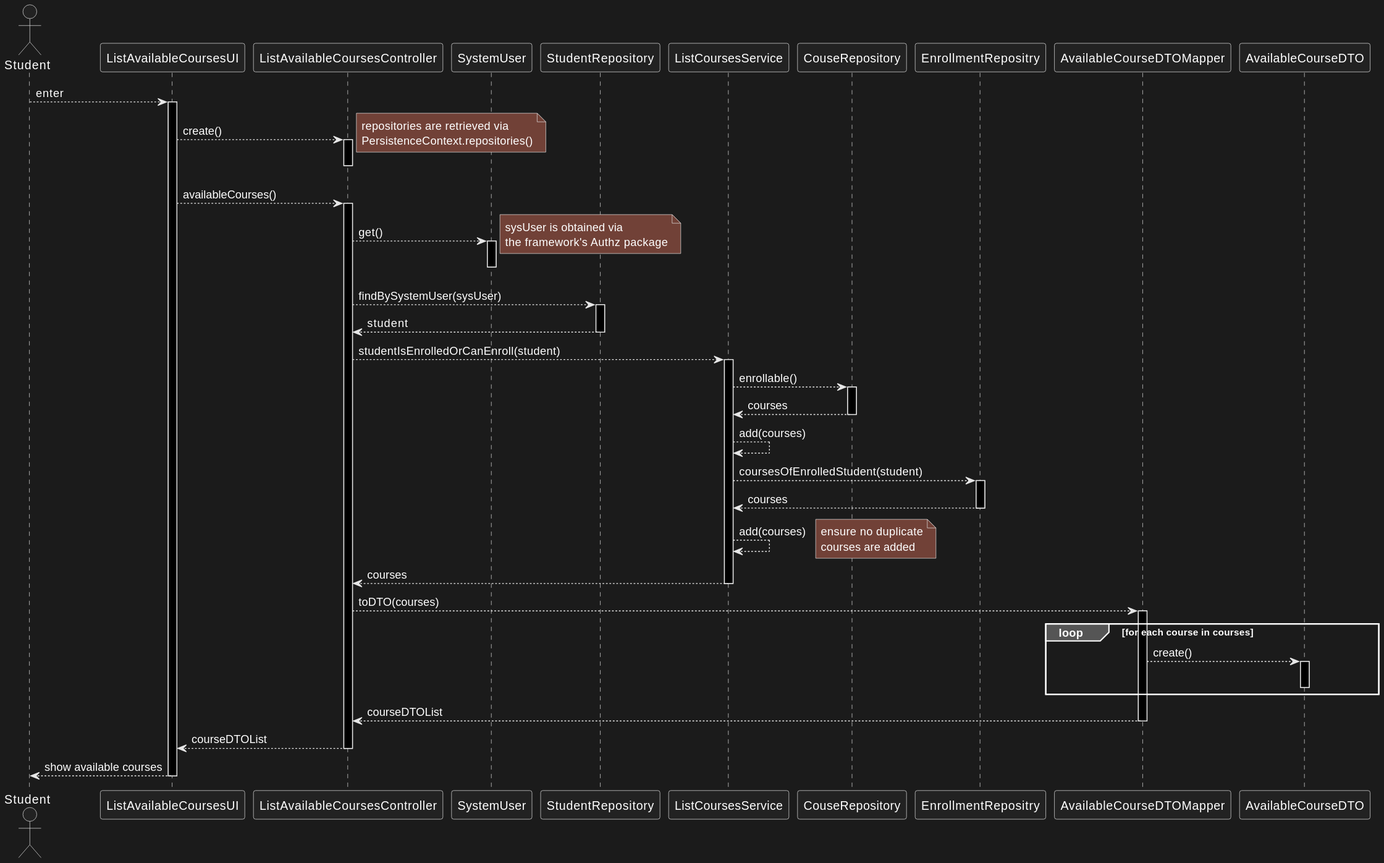
Earlier version of the PlantUML export docs/us_1006/sd-student.svg (jovami/isep-lapr4).
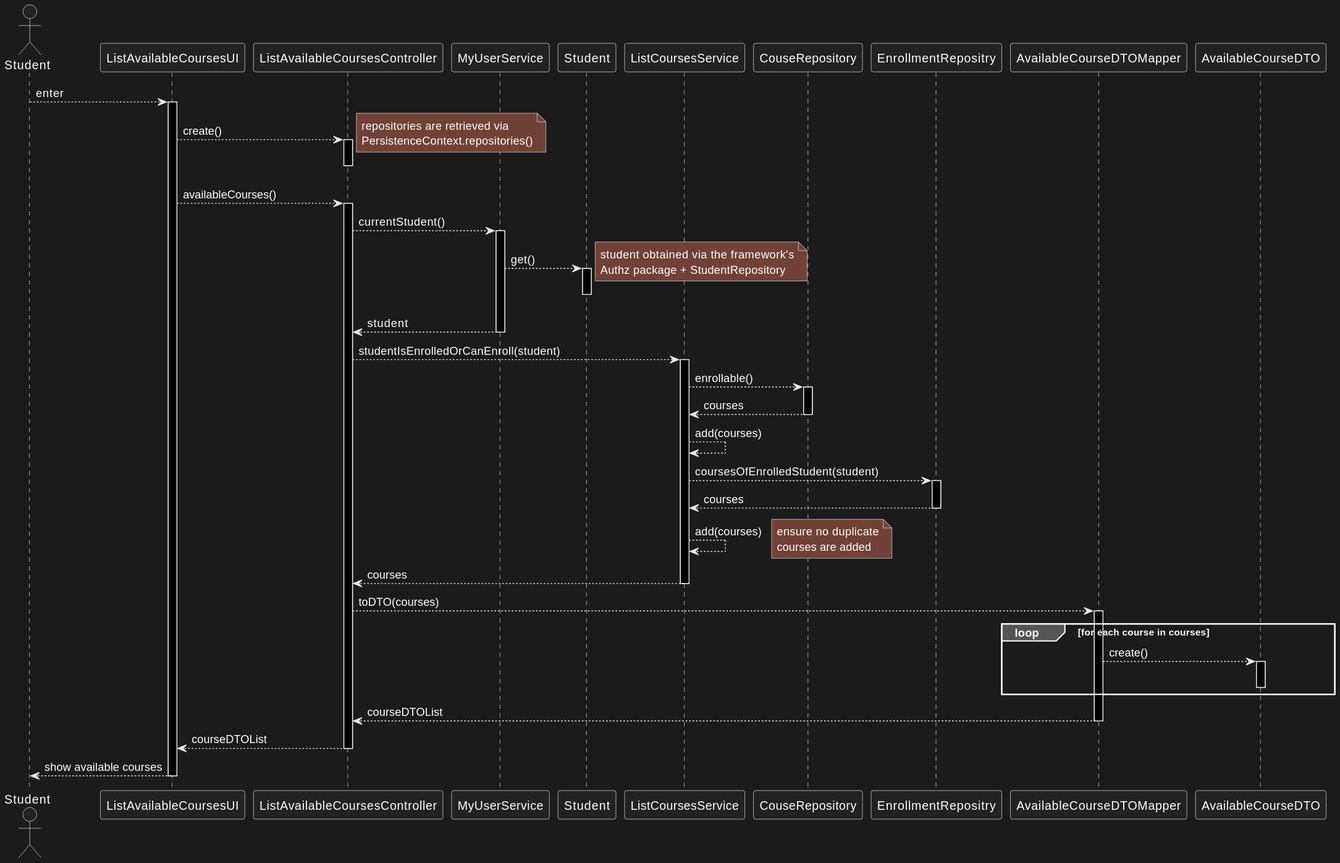
Later version of the same file.

Diff of the diagram source:
```diff
@@ -4,9 +4,9 @@
 participant ListAvailableCoursesController as ctrl
 
 
-participant SystemUser as sys_usr
+participant MyUserService as user_svc
+participant Student as student
 
-participant StudentRepository as s_repo
 
 participant ListCoursesService as svc
 
@@ -30,15 +30,17 @@
 
     ui --> ctrl : availableCourses()
     activate ctrl
-        ctrl --> sys_usr : get()
-        activate sys_usr
-        note right : sysUser is obtained via\nthe framework's Authz package
-        deactivate sys_usr
+        ctrl --> user_svc : currentStudent()
+        activate user_svc
+            user_svc --> student : get()
+            activate student
+            deactivate student
+            note right : student obtained via the framework's\nAuthz package + StudentRepository
+            user_svc --> ctrl : student
+        deactivate user_svc
 
-        ctrl --> s_repo : findBySystemUser(sysUser)
-        activate s_repo
-            s_repo --> ctrl : student
-        deactivate s_repo
+
+
 
         ctrl --> svc : studentIsEnrolledOrCanEnroll(student)
         activate svc
```
